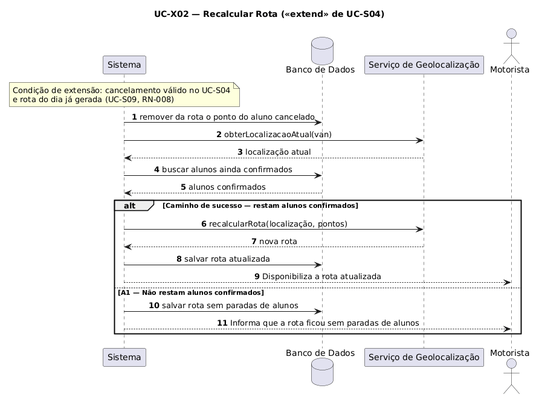
luisgustavoribeirodefreitas/VanTrack keeps this PlantUML diagram as documentos/atividade-04/imagens/UC-X02.png. Above is the earlier version. Source of this version:
```plantuml
@startuml UC-X02
title UC-X02 — Recalcular Rota («extend» de UC-S04)
skinparam sequenceMessageAlign center
autonumber

participant "Sistema" as S
database "Banco de Dados" as DB
participant "Serviço de Geolocalização" as Geo
actor "Motorista" as M

note over S : Condição de extensão: cancelamento válido no UC-S04\ne rota do dia já gerada (UC-S09, RN-008)

S -> DB : remover da rota o ponto do aluno cancelado
S -> Geo : obterLocalizacaoAtual(van)
Geo --> S : localização atual
S -> DB : buscar alunos ainda confirmados
DB --> S : alunos confirmados

alt Caminho de sucesso — restam alunos confirmados
    S -> Geo : recalcularRota(localização, pontos)
    Geo --> S : nova rota
    S -> DB : salvar rota atualizada
    S --> M : Disponibiliza a rota atualizada
else A1 — Não restam alunos confirmados
    S -> DB : salvar rota sem paradas de alunos
    S --> M : Informa que a rota ficou sem paradas de alunos
end
@enduml
```
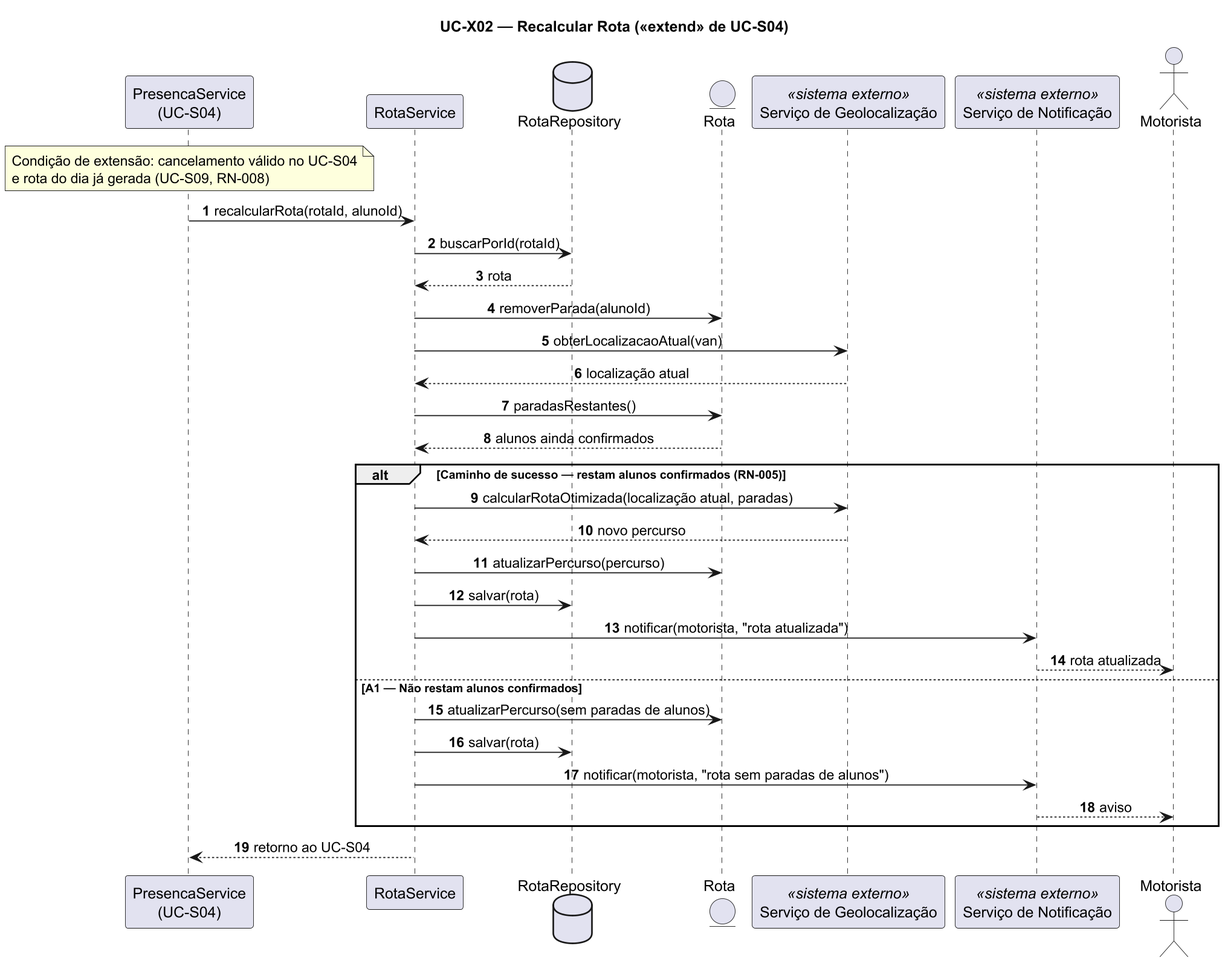
The same diagram one commit later.

Diff of the diagram source:
```diff
@@ -1,28 +1,41 @@
 @startuml UC-X02
+skinparamlocked dpi 170
 title UC-X02 — Recalcular Rota («extend» de UC-S04)
 skinparam sequenceMessageAlign center
+skinparam responseMessageBelowArrow true
 autonumber
 
-participant "Sistema" as S
-database "Banco de Dados" as DB
-participant "Serviço de Geolocalização" as Geo
+participant "PresencaService\n(UC-S04)" as PS
+participant "RotaService" as S
+database "RotaRepository" as RRepo
+entity "Rota" as R
+participant "Serviço de Geolocalização" as Geo <<sistema externo>>
+participant "Serviço de Notificação" as Push <<sistema externo>>
 actor "Motorista" as M
 
-note over S : Condição de extensão: cancelamento válido no UC-S04\ne rota do dia já gerada (UC-S09, RN-008)
+note over PS : Condição de extensão: cancelamento válido no UC-S04\ne rota do dia já gerada (UC-S09, RN-008)
 
-S -> DB : remover da rota o ponto do aluno cancelado
+PS -> S : recalcularRota(rotaId, alunoId)
+S -> RRepo : buscarPorId(rotaId)
+RRepo --> S : rota
+S -> R : removerParada(alunoId)
 S -> Geo : obterLocalizacaoAtual(van)
 Geo --> S : localização atual
-S -> DB : buscar alunos ainda confirmados
-DB --> S : alunos confirmados
+S -> R : paradasRestantes()
+R --> S : alunos ainda confirmados
 
-alt Caminho de sucesso — restam alunos confirmados
-    S -> Geo : recalcularRota(localização, pontos)
-    Geo --> S : nova rota
-    S -> DB : salvar rota atualizada
-    S --> M : Disponibiliza a rota atualizada
+alt Caminho de sucesso — restam alunos confirmados (RN-005)
+    S -> Geo : calcularRotaOtimizada(localização atual, paradas)
+    Geo --> S : novo percurso
+    S -> R : atualizarPercurso(percurso)
+    S -> RRepo : salvar(rota)
+    S -> Push : notificar(motorista, "rota atualizada")
+    Push --> M : rota atualizada
 else A1 — Não restam alunos confirmados
-    S -> DB : salvar rota sem paradas de alunos
-    S --> M : Informa que a rota ficou sem paradas de alunos
+    S -> R : atualizarPercurso(sem paradas de alunos)
+    S -> RRepo : salvar(rota)
+    S -> Push : notificar(motorista, "rota sem paradas de alunos")
+    Push --> M : aviso
 end
+S --> PS : retorno ao UC-S04
 @enduml
```
